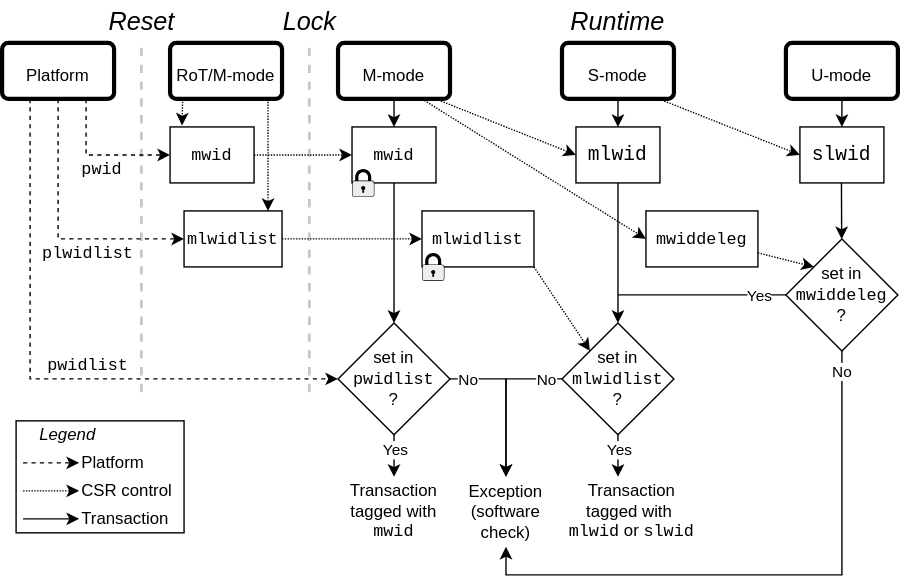
This is src/images/drawio/Smwdeleg_Sswid.svg from riscv/riscv-worlds, a draw.io export, as it was before one commit. Source tidied: cells renumbered, new cells last; positions are measured from the earlier drawing's top-left corner, leaving out a move shared by most shapes.
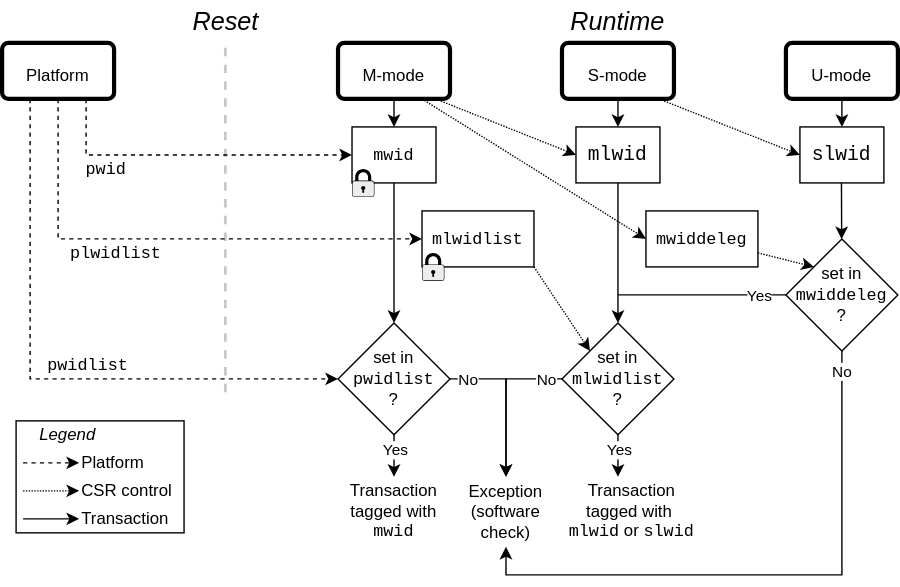
After the commit.

Diff of the diagram source:
```diff
@@ -2,21 +2,12 @@
   <root>
     <mxCell id="0" />
     <mxCell id="1" parent="0" />
-    <mxCell id="2" style="endArrow=none;html=1;rounded=0;dashed=1;strokeWidth=2;strokeColor=light-dark(#C7C7C7,#EDEDED);" parent="1" edge="1">
-      <mxGeometry relative="1" as="geometry">
-        <mxPoint x="220" y="280" as="sourcePoint" />
-        <mxPoint x="220" y="30" as="targetPoint" />
-      </mxGeometry>
-    </mxCell>
     <mxCell id="3" style="endArrow=none;html=1;rounded=0;dashed=1;strokeWidth=2;strokeColor=light-dark(#C7C7C7,#EDEDED);" parent="1" edge="1">
       <mxGeometry relative="1" as="geometry">
-        <mxPoint x="100" y="280" as="sourcePoint" />
-        <mxPoint x="100" y="30" as="targetPoint" />
+        <mxPoint x="160" y="280" as="sourcePoint" />
+        <mxPoint x="160" y="30" as="targetPoint" />
       </mxGeometry>
     </mxCell>
-    <mxCell id="4" value="&lt;font style=&quot;font-size: 12px;&quot;&gt;RoT/M-mode&lt;/font&gt;" style="html=1;overflow=block;blockSpacing=1;whiteSpace=wrap;fontSize=20;spacing=3.8;strokeOpacity=100;fillOpacity=100;rounded=1;absoluteArcSize=1;arcSize=9;fillColor=#ffffff;strokeWidth=3;lucidId=RJBa-lLBp8Ld;" parent="1" vertex="1">
-      <mxGeometry x="120" y="30" width="80" height="40" as="geometry" />
-    </mxCell>
     <mxCell id="5" value="&lt;font style=&quot;font-size: 12px;&quot;&gt;Platform&lt;/font&gt;" style="html=1;overflow=block;blockSpacing=1;whiteSpace=wrap;fontSize=20;fontColor=default;spacing=3.8;strokeOpacity=100;fillOpacity=100;rounded=1;absoluteArcSize=1;arcSize=9;fillColor=#ffffff;fixDash=1;strokeWidth=3;lucidId=RJBal6eY-SyX;" parent="1" vertex="1">
       <mxGeometry y="30" width="80" height="40" as="geometry" />
     </mxCell>
@@ -24,15 +15,12 @@
       <mxGeometry x="240" y="30" width="80" height="40" as="geometry" />
     </mxCell>
     <mxCell id="7" value="&lt;font style=&quot;font-size: 18px;&quot;&gt;&lt;i&gt;Reset&lt;/i&gt;&lt;/font&gt;" style="text;html=1;whiteSpace=wrap;strokeColor=none;fillColor=none;align=center;verticalAlign=middle;rounded=0;" parent="1" vertex="1">
-      <mxGeometry x="70" width="60" height="30" as="geometry" />
+      <mxGeometry x="130" width="60" height="30" as="geometry" />
     </mxCell>
     <mxCell id="8" value="&lt;font style=&quot;font-size: 18px;&quot;&gt;&lt;i&gt;Runtime&lt;/i&gt;&lt;/font&gt;" style="text;html=1;whiteSpace=wrap;strokeColor=none;fillColor=none;align=center;verticalAlign=middle;rounded=0;" parent="1" vertex="1">
       <mxGeometry x="390" width="100" height="30" as="geometry" />
     </mxCell>
-    <mxCell id="9" value="&lt;font face=&quot;Courier New&quot; style=&quot;font-size: 12px;&quot;&gt;mwid&lt;/font&gt;" style="rounded=0;whiteSpace=wrap;html=1;" parent="1" vertex="1">
-      <mxGeometry x="120" y="90" width="60" height="40" as="geometry" />
-    </mxCell>
-    <mxCell id="10" style="endArrow=classic;html=1;rounded=0;exitX=0.75;exitY=1;exitDx=0;exitDy=0;entryX=0;entryY=0.5;entryDx=0;entryDy=0;strokeWidth=1;dashed=1;" parent="1" edge="1" source="5" target="9">
+    <mxCell id="10" style="endArrow=classic;html=1;rounded=0;exitX=0.75;exitY=1;exitDx=0;exitDy=0;entryX=0;entryY=0.5;entryDx=0;entryDy=0;strokeWidth=1;dashed=1;" parent="1" edge="1" source="5" target="13">
       <mxGeometry relative="1" as="geometry">
         <Array as="points">
           <mxPoint x="60" y="110" />
@@ -41,14 +29,9 @@
     </mxCell>
     <mxCell id="11" value="&lt;font style=&quot;font-size: 12px;&quot; face=&quot;Courier New&quot;&gt;pwid&lt;/font&gt;" style="edgeLabel;html=1;align=center;verticalAlign=middle;" parent="10" vertex="1">
       <mxGeometry x="-0.54" y="2" relative="1" as="geometry">
-        <mxPoint x="8" y="27" as="offset" />
+        <mxPoint y="12" as="offset" />
       </mxGeometry>
     </mxCell>
-    <mxCell id="12" style="endArrow=classic;html=1;rounded=0;entryX=0.142;entryY=-0.025;entryDx=0;entryDy=0;strokeWidth=1;entryPerimeter=0;dashed=1;dashPattern=1 1;" parent="1" edge="1" target="9">
-      <mxGeometry relative="1" as="geometry">
-        <mxPoint x="129" y="70" as="sourcePoint" />
-      </mxGeometry>
-    </mxCell>
     <mxCell id="13" value="&lt;font face=&quot;Courier New&quot; style=&quot;font-size: 12px;&quot;&gt;mwid&lt;/font&gt;" style="rounded=0;whiteSpace=wrap;html=1;" parent="1" vertex="1">
       <mxGeometry x="250" y="90" width="60" height="40" as="geometry" />
     </mxCell>
@@ -99,9 +82,6 @@
     <mxCell id="24" value="&lt;font style=&quot;font-size: 12px;&quot;&gt;Exception (software check)&lt;/font&gt;" style="text;html=1;whiteSpace=wrap;strokeColor=none;fillColor=none;align=center;verticalAlign=middle;rounded=0;" parent="1" vertex="1">
       <mxGeometry x="320" y="340" width="80" height="50" as="geometry" />
     </mxCell>
-    <mxCell id="25" style="endArrow=classic;html=1;rounded=0;exitX=1;exitY=0.5;exitDx=0;exitDy=0;entryX=0;entryY=0.5;entryDx=0;entryDy=0;strokeWidth=1;dashed=1;dashPattern=1 1;" parent="1" edge="1" source="9" target="13">
-      <mxGeometry relative="1" as="geometry" />
-    </mxCell>
     <mxCell id="26" value="&lt;font style=&quot;font-size: 12px;&quot;&gt;S-mode&lt;/font&gt;" style="html=1;overflow=block;blockSpacing=1;whiteSpace=wrap;fontSize=20;spacing=3.8;strokeOpacity=100;fillOpacity=100;rounded=1;absoluteArcSize=1;arcSize=9;fillColor=#ffffff;strokeWidth=3;lucidId=RJBa-lLBp8Ld;" parent="1" vertex="1">
       <mxGeometry x="400" y="30" width="80" height="40" as="geometry" />
     </mxCell>
@@ -140,7 +120,7 @@
         <mxPoint x="-4" y="-2" as="offset" />
       </mxGeometry>
     </mxCell>
-    <mxCell id="36" style="endArrow=classic;html=1;rounded=0;exitX=0.5;exitY=1;exitDx=0;exitDy=0;strokeWidth=1;dashed=1;entryX=0;entryY=0.5;entryDx=0;entryDy=0;" parent="1" edge="1" source="5" target="38">
+    <mxCell id="36" style="endArrow=classic;html=1;rounded=0;exitX=0.5;exitY=1;exitDx=0;exitDy=0;strokeWidth=1;dashed=1;entryX=0;entryY=0.5;entryDx=0;entryDy=0;" parent="1" edge="1" source="5" target="40">
       <mxGeometry relative="1" as="geometry">
         <Array as="points">
           <mxPoint x="40" y="170" />
@@ -149,15 +129,9 @@
     </mxCell>
     <mxCell id="37" value="&lt;font style=&quot;font-size: 12px;&quot; face=&quot;Courier New&quot;&gt;plwidlist&lt;/font&gt;" style="edgeLabel;html=1;align=center;verticalAlign=middle;" parent="36" vertex="1">
       <mxGeometry x="-0.54" y="2" relative="1" as="geometry">
-        <mxPoint x="18" y="66" as="offset" />
+        <mxPoint x="38" y="27" as="offset" />
       </mxGeometry>
     </mxCell>
-    <mxCell id="38" value="&lt;font face=&quot;Courier New&quot; style=&quot;font-size: 12px;&quot;&gt;mlwidlist&lt;/font&gt;" style="rounded=0;whiteSpace=wrap;html=1;" parent="1" vertex="1">
-      <mxGeometry x="130" y="150" width="70" height="40" as="geometry" />
-    </mxCell>
-    <mxCell id="39" style="endArrow=classic;html=1;rounded=0;exitX=1;exitY=0.5;exitDx=0;exitDy=0;strokeWidth=1;dashed=1;dashPattern=1 1;entryX=0;entryY=0.5;entryDx=0;entryDy=0;" parent="1" edge="1" source="38" target="40">
-      <mxGeometry relative="1" as="geometry" />
-    </mxCell>
     <mxCell id="40" value="&lt;font face=&quot;Courier New&quot; style=&quot;font-size: 12px;&quot;&gt;mlwidlist&lt;/font&gt;" style="rounded=0;whiteSpace=wrap;html=1;" parent="1" vertex="1">
       <mxGeometry x="300" y="150" width="80" height="40" as="geometry" />
     </mxCell>
@@ -170,15 +144,6 @@
         <mxPoint x="280" y="90" as="targetPoint" />
       </mxGeometry>
     </mxCell>
-    <mxCell id="43" style="endArrow=classic;html=1;rounded=0;strokeWidth=1;dashed=1;dashPattern=1 1;" parent="1" edge="1">
-      <mxGeometry relative="1" as="geometry">
-        <mxPoint x="190" y="70" as="sourcePoint" />
-        <mxPoint x="190" y="150" as="targetPoint" />
-      </mxGeometry>
-    </mxCell>
-    <mxCell id="44" value="&lt;font style=&quot;font-size: 18px;&quot;&gt;&lt;i&gt;Lock&lt;/i&gt;&lt;/font&gt;" style="text;html=1;whiteSpace=wrap;strokeColor=none;fillColor=none;align=center;verticalAlign=middle;rounded=0;" parent="1" vertex="1">
-      <mxGeometry x="190" width="60" height="30" as="geometry" />
-    </mxCell>
     <mxCell id="45" style="endArrow=classic;html=1;rounded=0;exitX=1;exitY=1;exitDx=0;exitDy=0;entryX=0;entryY=0;entryDx=0;entryDy=0;strokeWidth=1;dashed=1;dashPattern=1 1;" parent="1" edge="1" source="40" target="30">
       <mxGeometry relative="1" as="geometry" />
     </mxCell>
```
